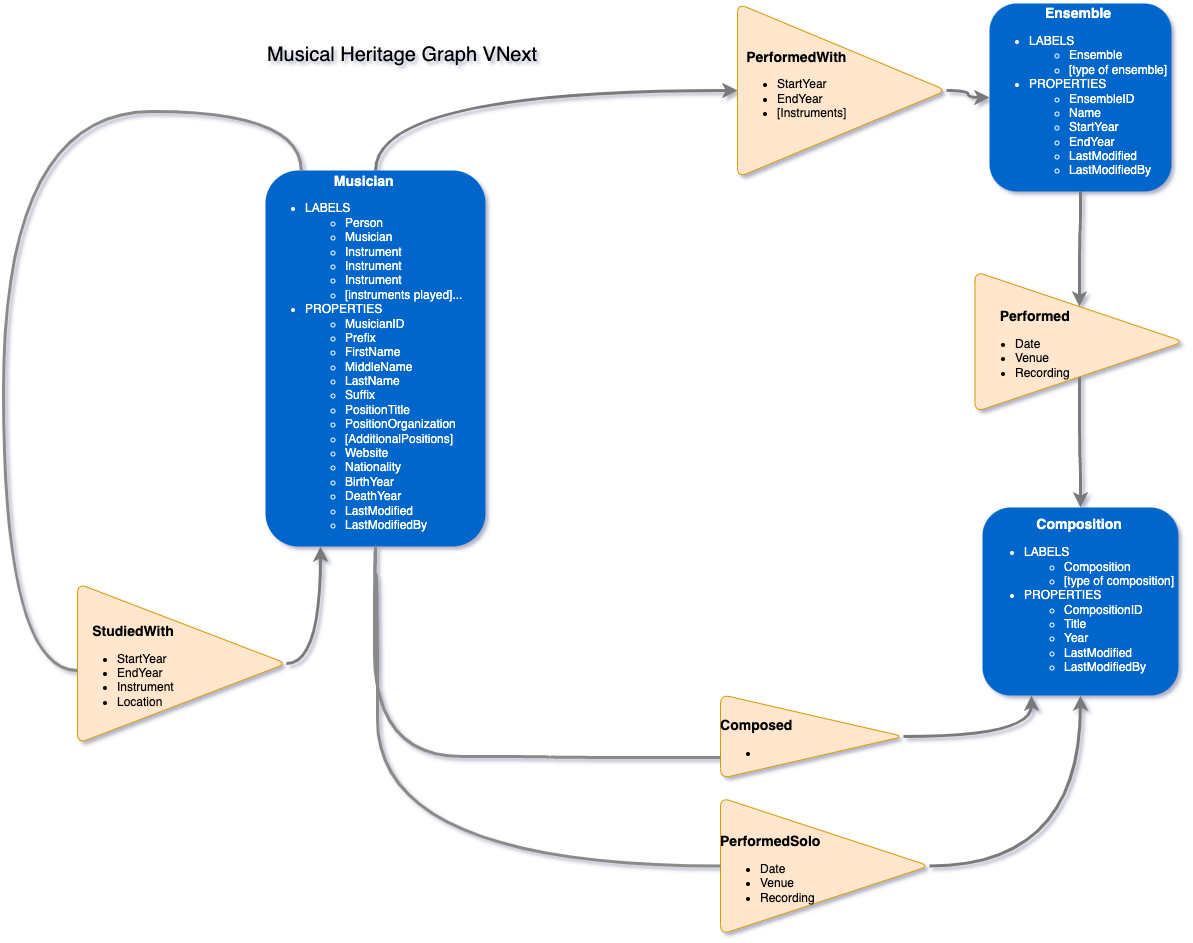
greyshore/MusicTree.Me keeps this draw.io diagram as README.assets/Musical Heritage Model-VNext.png. Above is the earlier version. Source tidied: cells renumbered, new cells last; positions are measured from the earlier drawing's top-left corner, leaving out a move shared by most shapes.
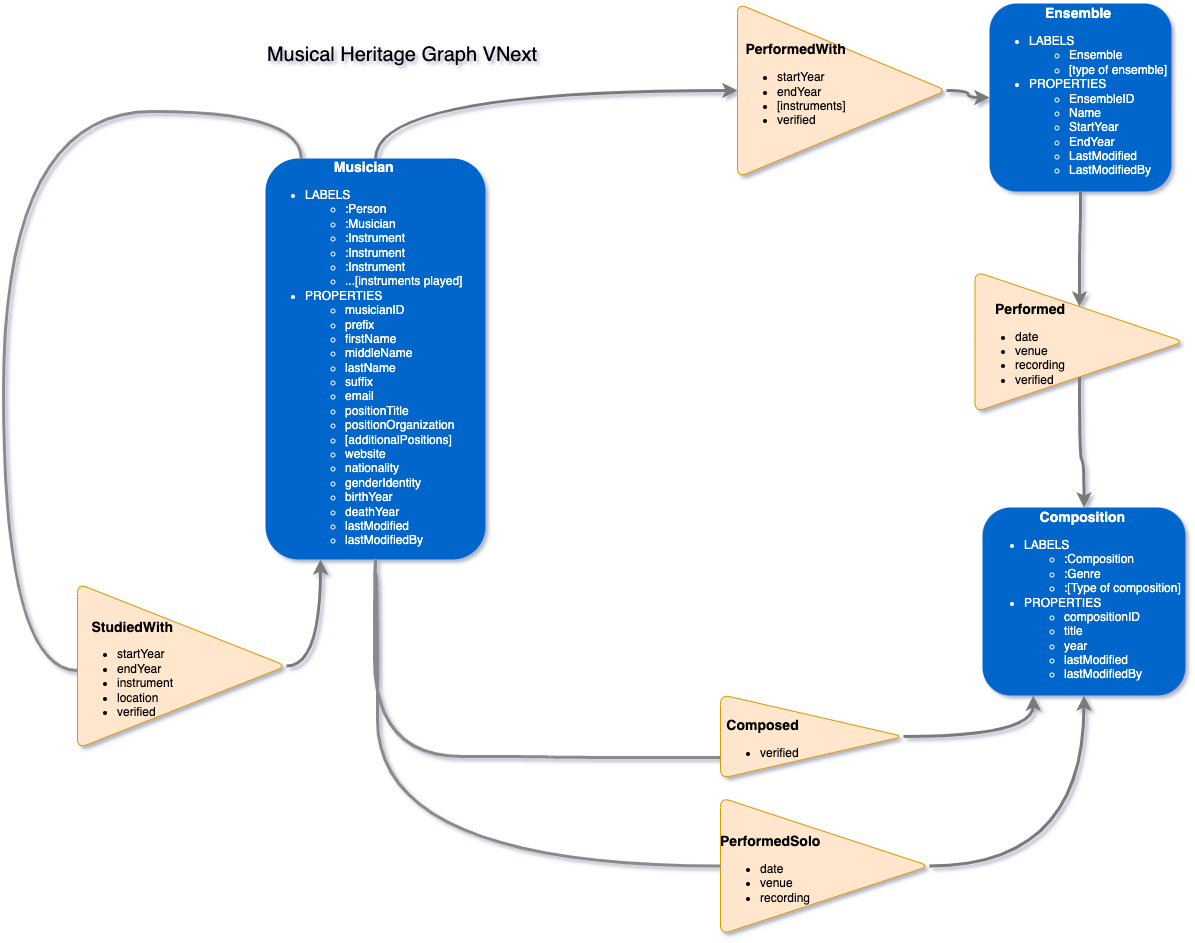
Later version of the same file.

Commit message:
paula - #10 spike on data model to desk check

The edit, as a diff of the source:
```diff
@@ -5,14 +5,14 @@
     <mxCell id="2" style="edgeStyle=orthogonalEdgeStyle;curved=1;rounded=0;jettySize=auto;html=1;entryX=0;entryY=0.5;entryDx=0;entryDy=0;fontSize=20;strokeColor=#7A7A7A;strokeWidth=3;exitX=0.5;exitY=0;exitDx=0;exitDy=0;" parent="1" edge="1" source="3" target="12">
       <mxGeometry relative="1" as="geometry" />
     </mxCell>
-    <mxCell id="3" value="&lt;div style=&quot;text-align: center&quot;&gt;&lt;b&gt;&lt;font style=&quot;font-size: 14px&quot;&gt;Musician&lt;/font&gt;&lt;/b&gt;&lt;/div&gt;&lt;ul&gt;&lt;li&gt;LABELS&lt;/li&gt;&lt;ul&gt;&lt;li&gt;Person&lt;/li&gt;&lt;li&gt;Musician&lt;/li&gt;&lt;li&gt;Instrument&lt;/li&gt;&lt;li&gt;Instrument&lt;/li&gt;&lt;li&gt;Instrument&lt;/li&gt;&lt;li&gt;[instruments played]...&lt;/li&gt;&lt;/ul&gt;&lt;li&gt;PROPERTIES&lt;/li&gt;&lt;ul&gt;&lt;li&gt;MusicianID&lt;/li&gt;&lt;li&gt;Prefix&lt;/li&gt;&lt;li&gt;FirstName&lt;/li&gt;&lt;li&gt;MiddleName&lt;/li&gt;&lt;li&gt;LastName&lt;/li&gt;&lt;li&gt;Suffix&lt;/li&gt;&lt;li&gt;PositionTitle&lt;/li&gt;&lt;li&gt;PositionOrganization&lt;/li&gt;&lt;li&gt;[AdditionalPositions]&lt;/li&gt;&lt;li&gt;Website&lt;/li&gt;&lt;li&gt;Nationality&lt;/li&gt;&lt;li&gt;BirthYear&lt;/li&gt;&lt;li&gt;DeathYear&lt;/li&gt;&lt;li&gt;LastModified&lt;/li&gt;&lt;li&gt;LastModifiedBy&lt;/li&gt;&lt;/ul&gt;&lt;/ul&gt;" style="rounded=1;fillColor=#0066CC;strokeColor=none;strokeWidth=3;shadow=0;html=1;fontColor=#FFFFFF;spacing=0;align=left;" parent="1" vertex="1">
-      <mxGeometry x="262" y="167" width="220" height="376" as="geometry" />
+    <mxCell id="3" value="&lt;div style=&quot;text-align: center&quot;&gt;&lt;b&gt;&lt;font style=&quot;font-size: 14px&quot;&gt;Musician&lt;/font&gt;&lt;/b&gt;&lt;/div&gt;&lt;ul&gt;&lt;li&gt;LABELS&lt;/li&gt;&lt;ul&gt;&lt;li&gt;:Person&lt;/li&gt;&lt;li&gt;:Musician&lt;/li&gt;&lt;li&gt;:Instrument&lt;/li&gt;&lt;li&gt;:Instrument&lt;/li&gt;&lt;li&gt;:Instrument&lt;/li&gt;&lt;li&gt;...[instruments played]&lt;/li&gt;&lt;/ul&gt;&lt;li&gt;PROPERTIES&lt;/li&gt;&lt;ul&gt;&lt;li&gt;musicianID&lt;/li&gt;&lt;li&gt;prefix&lt;/li&gt;&lt;li&gt;firstName&lt;/li&gt;&lt;li&gt;middleName&lt;/li&gt;&lt;li&gt;lastName&lt;/li&gt;&lt;li&gt;suffix&lt;/li&gt;&lt;li&gt;email&lt;/li&gt;&lt;li&gt;positionTitle&lt;/li&gt;&lt;li&gt;positionOrganization&lt;/li&gt;&lt;li&gt;[additionalPositions]&lt;/li&gt;&lt;li&gt;website&lt;/li&gt;&lt;li&gt;nationality&lt;/li&gt;&lt;li&gt;genderIdentity&lt;/li&gt;&lt;li&gt;birthYear&lt;/li&gt;&lt;li&gt;deathYear&lt;/li&gt;&lt;li&gt;lastModified&lt;/li&gt;&lt;li&gt;lastModifiedBy&lt;/li&gt;&lt;/ul&gt;&lt;/ul&gt;" style="rounded=1;fillColor=#0066CC;strokeColor=none;strokeWidth=3;shadow=0;html=1;fontColor=#FFFFFF;spacing=0;align=left;" parent="1" vertex="1">
+      <mxGeometry x="262" y="155" width="220" height="401" as="geometry" />
     </mxCell>
     <mxCell id="4" style="edgeStyle=orthogonalEdgeStyle;rounded=0;jettySize=auto;html=1;exitX=1;exitY=0.5;exitDx=0;exitDy=0;entryX=0.25;entryY=1;entryDx=0;entryDy=0;curved=1;strokeColor=#7A7A7A;strokeWidth=3;" parent="1" edge="1" source="5" target="3">
       <mxGeometry relative="1" as="geometry" />
     </mxCell>
-    <mxCell id="5" value="&lt;div style=&quot;text-align: right&quot;&gt;&lt;b style=&quot;font-size: 14px&quot;&gt;&lt;br&gt;&lt;/b&gt;&lt;/div&gt;&lt;div style=&quot;text-align: right&quot;&gt;&lt;b style=&quot;font-size: 14px&quot;&gt;&amp;nbsp; StudiedWith&lt;/b&gt;&lt;br&gt;&lt;/div&gt;&lt;ul&gt;&lt;li&gt;&lt;span&gt;StartYear&lt;/span&gt;&lt;/li&gt;&lt;li&gt;&lt;span&gt;EndYear&lt;/span&gt;&lt;/li&gt;&lt;li&gt;&lt;span&gt;Instrument&lt;/span&gt;&lt;/li&gt;&lt;li&gt;&lt;span&gt;Location&lt;/span&gt;&lt;/li&gt;&lt;/ul&gt;" style="triangle;whiteSpace=wrap;html=1;align=left;fillColor=#ffe6cc;strokeColor=#d79b00;rounded=1;spacing=0;" parent="1" vertex="1">
-      <mxGeometry x="74" y="580" width="209" height="160" as="geometry" />
+    <mxCell id="5" value="&lt;div style=&quot;text-align: right&quot;&gt;&lt;b style=&quot;font-size: 14px&quot;&gt;&lt;br&gt;&lt;/b&gt;&lt;/div&gt;&lt;div style=&quot;text-align: right&quot;&gt;&lt;b style=&quot;font-size: 14px&quot;&gt;&amp;nbsp; StudiedWith&lt;/b&gt;&lt;br&gt;&lt;/div&gt;&lt;ul&gt;&lt;li&gt;&lt;span&gt;startYear&lt;/span&gt;&lt;/li&gt;&lt;li&gt;&lt;span&gt;endYear&lt;/span&gt;&lt;/li&gt;&lt;li&gt;&lt;span&gt;instrument&lt;/span&gt;&lt;/li&gt;&lt;li&gt;&lt;span&gt;location&lt;/span&gt;&lt;/li&gt;&lt;li&gt;&lt;span&gt;verified&lt;/span&gt;&lt;/li&gt;&lt;/ul&gt;" style="triangle;whiteSpace=wrap;html=1;align=left;fillColor=#ffe6cc;strokeColor=#d79b00;rounded=1;spacing=0;" parent="1" vertex="1">
+      <mxGeometry x="74" y="580" width="209" height="165" as="geometry" />
     </mxCell>
     <mxCell id="6" style="edgeStyle=orthogonalEdgeStyle;rounded=1;jettySize=auto;html=1;endArrow=none;curved=1;strokeWidth=3;strokeColor=#8A8A8A;exitX=0.162;exitY=0;exitDx=0;exitDy=0;exitPerimeter=0;" parent="1" edge="1" source="3" target="5">
       <mxGeometry relative="1" as="geometry">
@@ -32,25 +32,25 @@
     <mxCell id="9" value="&lt;div style=&quot;text-align: center&quot;&gt;&lt;b style=&quot;font-size: 14px&quot;&gt;Ensemble&lt;/b&gt;&lt;/div&gt;&lt;ul&gt;&lt;li&gt;&lt;span&gt;LABELS&lt;/span&gt;&lt;/li&gt;&lt;ul&gt;&lt;li&gt;&lt;span&gt;Ensemble&lt;/span&gt;&lt;/li&gt;&lt;li&gt;[type of ensemble]&lt;/li&gt;&lt;/ul&gt;&lt;li&gt;&lt;span&gt;PROPERTIES&lt;/span&gt;&lt;/li&gt;&lt;ul&gt;&lt;li&gt;&lt;span&gt;EnsembleID&lt;/span&gt;&lt;/li&gt;&lt;li&gt;Name&lt;/li&gt;&lt;li&gt;StartYear&lt;/li&gt;&lt;li&gt;EndYear&lt;/li&gt;&lt;li&gt;LastModified&lt;/li&gt;&lt;li&gt;LastModifiedBy&lt;/li&gt;&lt;/ul&gt;&lt;/ul&gt;" style="rounded=1;fillColor=#0066CC;strokeColor=none;strokeWidth=3;shadow=0;html=1;fontColor=#FFFFFF;spacing=0;spacingRight=-2;align=left;" parent="1" vertex="1">
       <mxGeometry x="986" width="182" height="188" as="geometry" />
     </mxCell>
-    <mxCell id="10" value="&lt;div style=&quot;text-align: center&quot;&gt;&lt;b style=&quot;font-size: 14px&quot;&gt;Composition&lt;/b&gt;&lt;/div&gt;&lt;ul&gt;&lt;li&gt;LABELS&lt;/li&gt;&lt;ul&gt;&lt;li&gt;Composition&lt;/li&gt;&lt;li&gt;[type of composition]&lt;/li&gt;&lt;/ul&gt;&lt;li&gt;PROPERTIES&lt;/li&gt;&lt;ul&gt;&lt;li&gt;CompositionID&lt;/li&gt;&lt;li&gt;Title&lt;/li&gt;&lt;li&gt;Year&lt;/li&gt;&lt;li&gt;LastModified&lt;/li&gt;&lt;li&gt;LastModifiedBy&lt;/li&gt;&lt;/ul&gt;&lt;/ul&gt;" style="rounded=1;fillColor=#0066CC;strokeColor=none;strokeWidth=3;shadow=0;html=1;fontColor=#FFFFFF;align=left;" parent="1" vertex="1">
-      <mxGeometry x="979" y="504" width="196" height="188" as="geometry" />
+    <mxCell id="10" value="&lt;div style=&quot;text-align: center&quot;&gt;&lt;b style=&quot;font-size: 14px&quot;&gt;Composition&lt;/b&gt;&lt;/div&gt;&lt;ul&gt;&lt;li&gt;LABELS&lt;/li&gt;&lt;ul&gt;&lt;li&gt;:Composition&lt;/li&gt;&lt;li&gt;:Genre&lt;/li&gt;&lt;li&gt;:[Type of composition]&lt;/li&gt;&lt;/ul&gt;&lt;li&gt;PROPERTIES&lt;/li&gt;&lt;ul&gt;&lt;li&gt;compositionID&lt;/li&gt;&lt;li&gt;title&lt;/li&gt;&lt;li&gt;year&lt;/li&gt;&lt;li&gt;lastModified&lt;/li&gt;&lt;li&gt;lastModifiedBy&lt;/li&gt;&lt;/ul&gt;&lt;/ul&gt;" style="rounded=1;fillColor=#0066CC;strokeColor=none;strokeWidth=3;shadow=0;html=1;fontColor=#FFFFFF;align=left;" parent="1" vertex="1">
+      <mxGeometry x="979" y="504" width="203" height="188" as="geometry" />
     </mxCell>
     <mxCell id="11" style="edgeStyle=orthogonalEdgeStyle;curved=1;rounded=0;jettySize=auto;html=1;exitX=1;exitY=0.5;exitDx=0;exitDy=0;entryX=0;entryY=0.5;entryDx=0;entryDy=0;fontSize=20;strokeColor=#7A7A7A;strokeWidth=3;" parent="1" edge="1" source="12" target="9">
       <mxGeometry relative="1" as="geometry" />
     </mxCell>
-    <mxCell id="12" value="&lt;div style=&quot;text-align: right&quot;&gt;&lt;span style=&quot;font-size: 14px&quot;&gt;&lt;b&gt;PerformedWith&lt;/b&gt;&lt;/span&gt;&lt;/div&gt;&lt;ul&gt;&lt;li&gt;&lt;span&gt;StartYear&lt;/span&gt;&lt;/li&gt;&lt;li&gt;&lt;span&gt;EndYear&lt;/span&gt;&lt;/li&gt;&lt;li&gt;&lt;span&gt;[Instruments]&lt;/span&gt;&lt;/li&gt;&lt;/ul&gt;" style="triangle;whiteSpace=wrap;html=1;align=left;fillColor=#ffe6cc;strokeColor=#d79b00;rounded=1;spacing=0;" parent="1" vertex="1">
+    <mxCell id="12" value="&lt;div style=&quot;text-align: right&quot;&gt;&lt;span style=&quot;font-size: 14px&quot;&gt;&lt;b&gt;PerformedWith&lt;/b&gt;&lt;/span&gt;&lt;/div&gt;&lt;ul&gt;&lt;li&gt;&lt;span&gt;startYear&lt;/span&gt;&lt;/li&gt;&lt;li&gt;&lt;span&gt;endYear&lt;/span&gt;&lt;/li&gt;&lt;li&gt;&lt;span&gt;[instruments]&lt;/span&gt;&lt;/li&gt;&lt;li&gt;&lt;span&gt;verified&lt;/span&gt;&lt;/li&gt;&lt;/ul&gt;" style="triangle;whiteSpace=wrap;html=1;align=left;fillColor=#ffe6cc;strokeColor=#d79b00;rounded=1;spacing=0;" parent="1" vertex="1">
       <mxGeometry x="734" width="209" height="174" as="geometry" />
     </mxCell>
     <mxCell id="13" style="edgeStyle=orthogonalEdgeStyle;curved=1;rounded=0;jettySize=auto;html=1;exitX=1;exitY=0.5;exitDx=0;exitDy=0;entryX=0.25;entryY=1;entryDx=0;entryDy=0;fontSize=20;strokeColor=#7A7A7A;strokeWidth=3;" parent="1" edge="1" source="14" target="10">
       <mxGeometry relative="1" as="geometry" />
     </mxCell>
-    <mxCell id="14" value="&lt;div style=&quot;text-align: right&quot;&gt;&lt;b style=&quot;font-size: 14px&quot;&gt;&lt;br&gt;&lt;/b&gt;&lt;/div&gt;&lt;div style=&quot;text-align: right&quot;&gt;&lt;b style=&quot;font-size: 14px&quot;&gt;Composed&lt;/b&gt;&lt;/div&gt;&lt;ul&gt;&lt;li&gt;&lt;br&gt;&lt;/li&gt;&lt;/ul&gt;" style="triangle;whiteSpace=wrap;html=1;align=left;fillColor=#ffe6cc;strokeColor=#d79b00;rounded=1;spacing=0;" parent="1" vertex="1">
+    <mxCell id="14" value="&lt;div style=&quot;text-align: right&quot;&gt;&lt;b style=&quot;font-size: 14px&quot;&gt;&lt;br&gt;&lt;/b&gt;&lt;/div&gt;&lt;div style=&quot;text-align: right&quot;&gt;&lt;b style=&quot;font-size: 14px&quot;&gt;Composed&lt;/b&gt;&lt;/div&gt;&lt;ul&gt;&lt;li&gt;verified&lt;/li&gt;&lt;/ul&gt;" style="triangle;whiteSpace=wrap;html=1;align=left;fillColor=#ffe6cc;strokeColor=#d79b00;rounded=1;spacing=0;" parent="1" vertex="1">
       <mxGeometry x="717" y="691" width="183" height="84" as="geometry" />
     </mxCell>
     <mxCell id="15" style="edgeStyle=orthogonalEdgeStyle;curved=1;rounded=0;jettySize=auto;html=1;exitX=1;exitY=0.5;exitDx=0;exitDy=0;entryX=0.5;entryY=1;entryDx=0;entryDy=0;fontSize=20;strokeColor=#7A7A7A;strokeWidth=3;" parent="1" edge="1" source="16" target="10">
       <mxGeometry relative="1" as="geometry" />
     </mxCell>
-    <mxCell id="16" value="&lt;div style=&quot;text-align: right&quot;&gt;&lt;b style=&quot;font-size: 14px&quot;&gt;&amp;nbsp;&amp;nbsp;&lt;/b&gt;&lt;/div&gt;&lt;div style=&quot;text-align: right&quot;&gt;&lt;b style=&quot;font-size: 14px&quot;&gt;PerformedSolo&lt;/b&gt;&lt;/div&gt;&lt;ul&gt;&lt;li&gt;Date&lt;/li&gt;&lt;li&gt;Venue&lt;/li&gt;&lt;li&gt;Recording&lt;/li&gt;&lt;/ul&gt;" style="triangle;whiteSpace=wrap;html=1;align=left;fillColor=#ffe6cc;strokeColor=#d79b00;rounded=1;spacing=0;" parent="1" vertex="1">
+    <mxCell id="16" value="&lt;div style=&quot;text-align: right&quot;&gt;&lt;b style=&quot;font-size: 14px&quot;&gt;&amp;nbsp;&amp;nbsp;&lt;/b&gt;&lt;/div&gt;&lt;div style=&quot;text-align: right&quot;&gt;&lt;b style=&quot;font-size: 14px&quot;&gt;PerformedSolo&lt;/b&gt;&lt;/div&gt;&lt;ul&gt;&lt;li&gt;date&lt;/li&gt;&lt;li&gt;venue&lt;/li&gt;&lt;li&gt;recording&lt;/li&gt;&lt;/ul&gt;" style="triangle;whiteSpace=wrap;html=1;align=left;fillColor=#ffe6cc;strokeColor=#d79b00;rounded=1;spacing=0;" parent="1" vertex="1">
       <mxGeometry x="717" y="794" width="209" height="137" as="geometry" />
     </mxCell>
     <mxCell id="17" style="edgeStyle=orthogonalEdgeStyle;rounded=1;jettySize=auto;html=1;endArrow=none;curved=1;exitX=0.5;exitY=1;exitDx=0;exitDy=0;strokeWidth=3;strokeColor=#8A8A8A;entryX=0;entryY=0.75;entryDx=0;entryDy=0;" parent="1" edge="1" source="3" target="14">
@@ -75,7 +75,7 @@
     <mxCell id="19" style="edgeStyle=orthogonalEdgeStyle;curved=1;rounded=0;jettySize=auto;html=1;entryX=0.5;entryY=0;entryDx=0;entryDy=0;fontSize=20;strokeColor=#7A7A7A;strokeWidth=3;" parent="1" edge="1" source="20" target="10">
       <mxGeometry relative="1" as="geometry" />
     </mxCell>
-    <mxCell id="20" value="&lt;div style=&quot;text-align: right&quot;&gt;&lt;b style=&quot;font-size: 14px&quot;&gt;&lt;br&gt;&lt;/b&gt;&lt;/div&gt;&lt;div style=&quot;text-align: right&quot;&gt;&lt;b style=&quot;font-size: 14px&quot;&gt;Performed&lt;/b&gt;&lt;/div&gt;&lt;ul&gt;&lt;li&gt;Date&lt;/li&gt;&lt;li&gt;Venue&lt;/li&gt;&lt;li&gt;Recording&lt;/li&gt;&lt;/ul&gt;" style="triangle;whiteSpace=wrap;html=1;align=left;fillColor=#ffe6cc;strokeColor=#d79b00;rounded=1;spacing=0;" parent="1" vertex="1">
+    <mxCell id="20" value="&lt;div style=&quot;text-align: right&quot;&gt;&lt;b style=&quot;font-size: 14px&quot;&gt;&lt;br&gt;&lt;/b&gt;&lt;/div&gt;&lt;div style=&quot;text-align: right&quot;&gt;&lt;b style=&quot;font-size: 14px&quot;&gt;Performed&lt;/b&gt;&lt;/div&gt;&lt;ul&gt;&lt;li&gt;date&lt;/li&gt;&lt;li&gt;venue&lt;/li&gt;&lt;li&gt;recording&lt;/li&gt;&lt;li&gt;verified&lt;/li&gt;&lt;/ul&gt;" style="triangle;whiteSpace=wrap;html=1;align=left;fillColor=#ffe6cc;strokeColor=#d79b00;rounded=1;spacing=0;" parent="1" vertex="1">
       <mxGeometry x="971.5" y="268" width="209" height="140.5" as="geometry" />
     </mxCell>
   </root>
```
